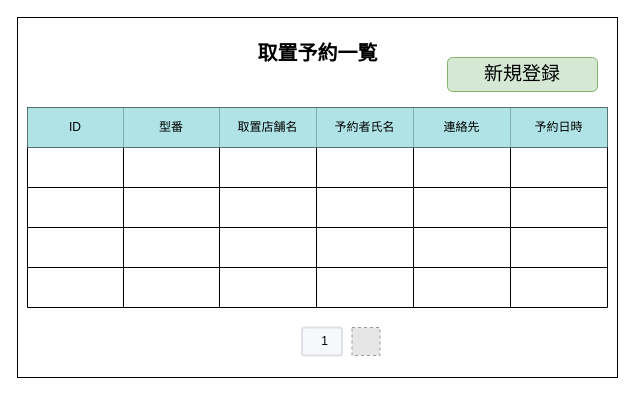
Before: page "S09-01 取置予約一覧" (1 of 4) of 各種設計書/6.画面設計書/S09_取置予約.drawio in HaruShim/Sotuken, a draw.io diagram. Source tidied: cells renumbered, new cells numbered last; positions are measured from the earlier drawing's top-left corner, leaving out a move shared by most shapes. Both pictures are drawn from the tidied source at 100%, with x=0, y=0 at pixel (17, 17). Pictures stored in the file or linked from it are replaced by grey dashed boxes.
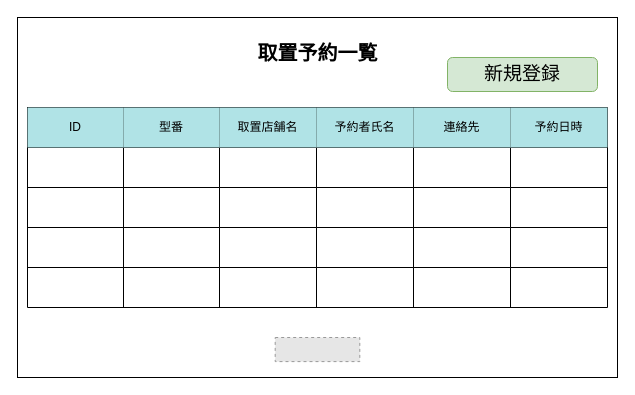
The same page after the edit.

Change to the diagram source:
```diff
@@
-    <mxCell id="5" style="fillColor=#E6E6E6;strokeColor=#999999;dashed=1;html=1;verticalAlign=top;verticalLabelPosition=bottom;labelBackgroundColor=#ffffff;fontSize=19;" parent="1" vertex="1">
-      <mxGeometry x="334.5" y="310" width="28" height="28" as="geometry" />
-    </mxCell>
-    <mxCell id="6" value="1" style="rounded=1;arcSize=9;fillColor=#F7F8F9;align=center;spacingLeft=5;strokeColor=#DEE1E6;html=1;strokeWidth=2;fontSize=12;" parent="1" vertex="1">
-      <mxGeometry x="284.5" y="310" width="40" height="28" as="geometry" />
-    </mxCell>
@@
+    <mxCell id="45" style="fillColor=#E6E6E6;strokeColor=#999999;dashed=1;verticalLabelPosition=bottom;labelBackgroundColor=#ffffff;verticalAlign=top;" parent="1" vertex="1">
+      <mxGeometry x="257.7" y="320" width="84.6" height="24.1" as="geometry" />
+    </mxCell>
```
